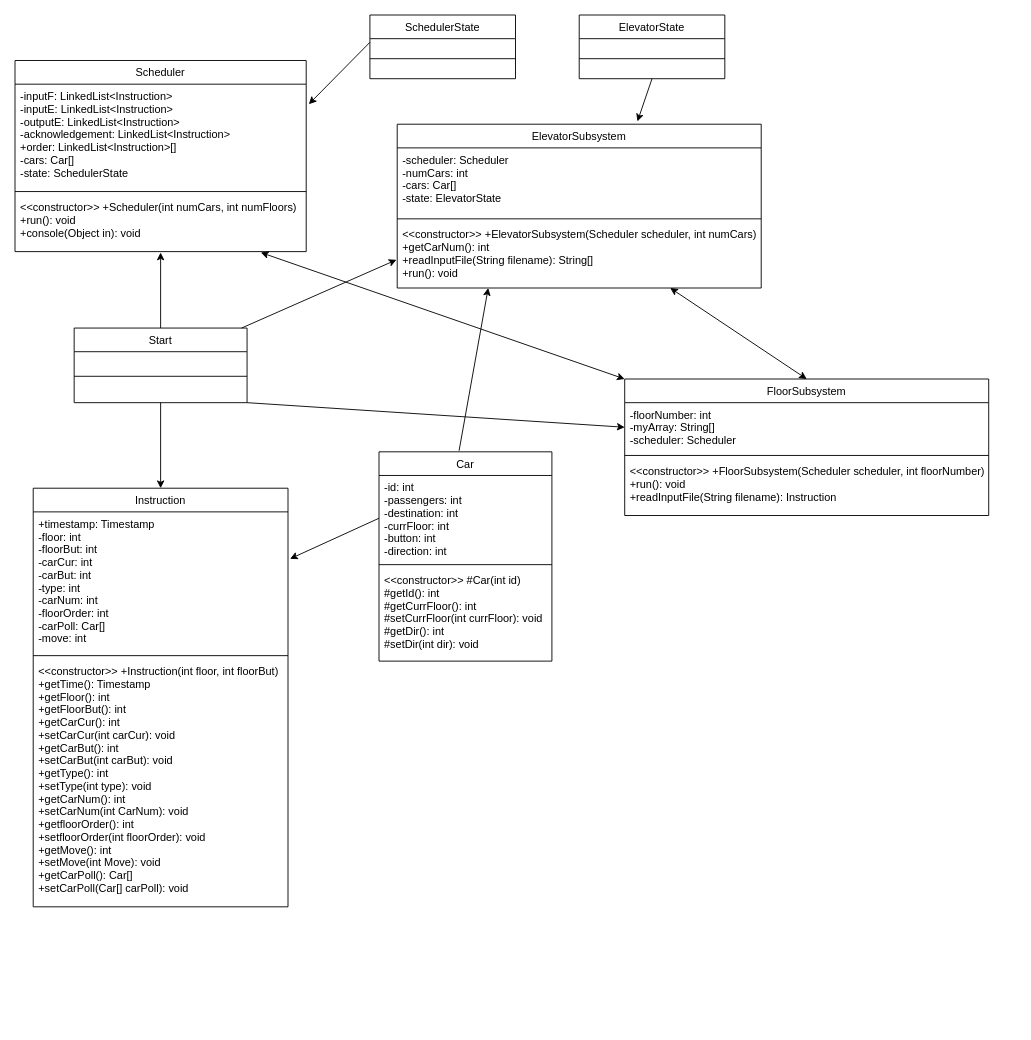
Before: Diagrams/Class Diagram.drawio in JonasHurlen/SYSC3303_Project01, a draw.io diagram. Source tidied: cells renumbered, new cells numbered last; positions are measured from the earlier drawing's top-left corner, leaving out a move shared by most shapes. Both pictures are drawn from the tidied source at 91%, with x=0, y=0 at pixel (15, 15).
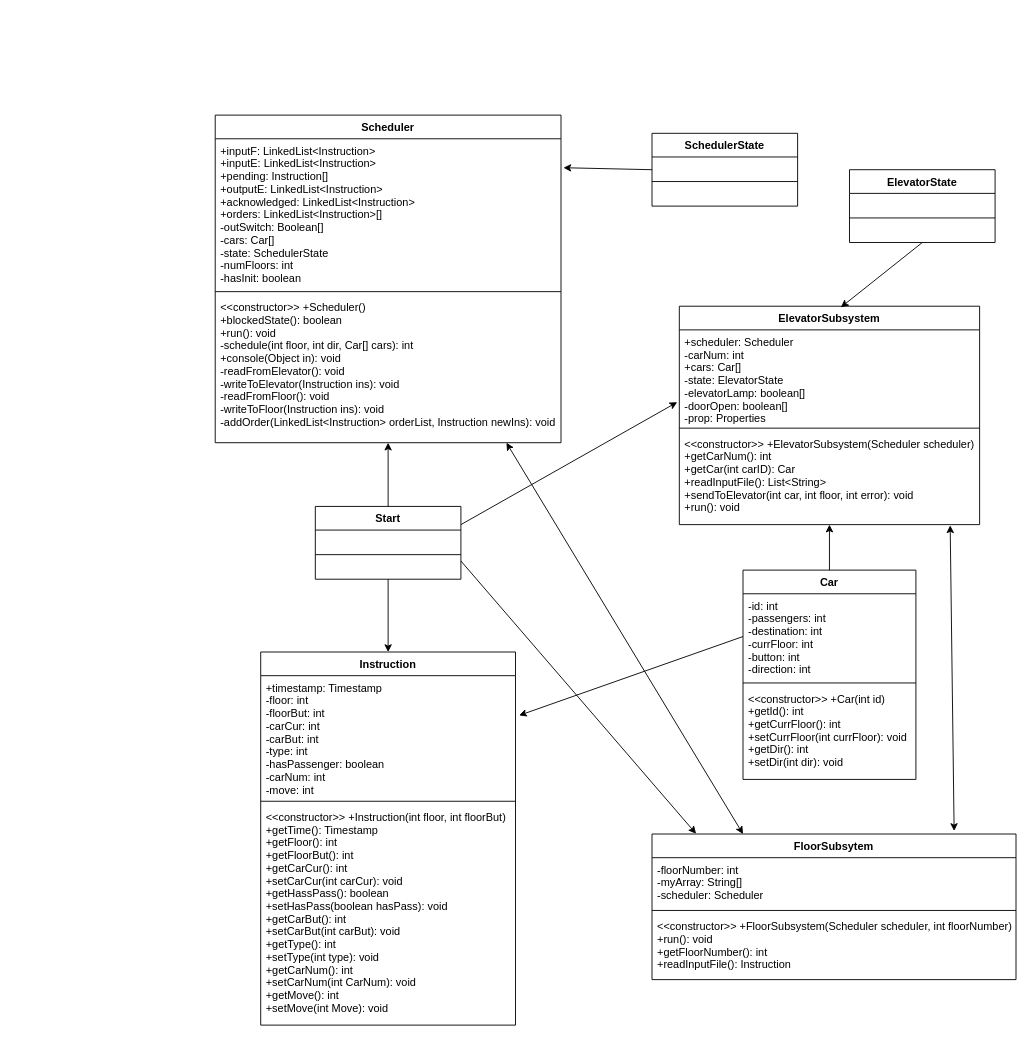
After the change.

Change to the diagram source:
```diff
@@
+    <mxCell id="20" value="Scheduler" style="swimlane;fontStyle=1;align=center;verticalAlign=top;horizontal=1;startSize=26;rounded=0;shadow=0;strokeWidth=1;" parent="1" vertex="1">
+      <mxGeometry x="220" y="110" width="380" height="360" as="geometry" />
+    </mxCell>
+    <mxCell id="38" value="+inputF: LinkedList&lt;Instruction&gt;&#10;+inputE: LinkedList&lt;Instruction&gt;&#10;+pending: Instruction[]&#10;+outputE: LinkedList&lt;Instruction&gt;&#10;+acknowledged: LinkedList&lt;Instruction&gt;&#10;+orders: LinkedList&lt;Instruction&gt;[]&#10;-outSwitch: Boolean[]&#10;-cars: Car[]&#10;-state: SchedulerState&#10;-numFloors: int&#10;-hasInit: boolean&#10;&#10;" style="text;align=left;verticalAlign=top;spacingLeft=4;spacingRight=4;overflow=hidden;points=[[0,0.5],[1,0.5]];portConstraint=eastwest;" parent="20" vertex="1">
+      <mxGeometry y="26" width="380" height="164" as="geometry" />
+    </mxCell>
+    <mxCell id="39" style="line;html=1;strokeWidth=1;align=left;verticalAlign=middle;spacingTop=-1;spacingLeft=3;spacingRight=3;labelPosition=right;" parent="20" vertex="1">
+      <mxGeometry y="190" width="380" height="8" as="geometry" />
+    </mxCell>
+    <mxCell id="40" value="&lt;&lt;constructor&gt;&gt; +Scheduler()&#10;+blockedState(): boolean&#10;+run(): void&#10;-schedule(int floor, int dir, Car[] cars): int&#10;+console(Object in): void&#10;-readFromElevator(): void&#10;-writeToElevator(Instruction ins): void&#10;-readFromFloor(): void&#10;-writeToFloor(Instruction ins): void&#10;-addOrder(LinkedList&lt;Instruction&gt; orderList, Instruction newIns): void&#10;&#10;&#10;" style="text;align=left;verticalAlign=top;spacingLeft=4;spacingRight=4;overflow=hidden;" parent="20" vertex="1">
+      <mxGeometry y="198" width="380" height="152" as="geometry" />
+    </mxCell>
-    <mxCell id="2" value="Car" style="swimlane;fontStyle=0;align=center;verticalAlign=top;horizontal=1;startSize=26;rounded=0;shadow=0;strokeWidth=1;" parent="1" vertex="1">
-      <mxGeometry x="400" y="480" width="190" height="230" as="geometry" />
+    <mxCell id="2" value="ElevatorSubsystem" style="swimlane;fontStyle=1;align=center;verticalAlign=top;horizontal=1;startSize=26;rounded=0;shadow=0;strokeWidth=1;" parent="1" vertex="1">
+      <mxGeometry x="730" y="320" width="330" height="240" as="geometry" />
     </mxCell>
-    <mxCell id="3" value="-id: int&#10;-passengers: int&#10;-destination: int&#10;-currFloor: int&#10;-button: int&#10;-direction: int&#10;" style="text;align=left;verticalAlign=top;spacingLeft=4;spacingRight=4;overflow=hidden;points=[[0,0.5],[1,0.5]];portConstraint=eastwest;" parent="2" vertex="1">
-      <mxGeometry y="26" width="190" height="94" as="geometry" />
+    <mxCell id="3" value="+scheduler: Scheduler&#10;-carNum: int&#10;+cars: Car[]&#10;-state: ElevatorState&#10;-elevatorLamp: boolean[]&#10;-doorOpen: boolean[]&#10;-prop: Properties" style="text;align=left;verticalAlign=top;spacingLeft=4;spacingRight=4;overflow=hidden;points=[[0,0.5],[1,0.5]];portConstraint=eastwest;" parent="2" vertex="1">
+      <mxGeometry y="26" width="330" height="104" as="geometry" />
     </mxCell>
     <mxCell id="4" style="line;html=1;strokeWidth=1;align=left;verticalAlign=middle;spacingTop=-1;spacingLeft=3;spacingRight=3;labelPosition=right;" parent="2" vertex="1">
-      <mxGeometry y="120" width="190" height="8" as="geometry" />
+      <mxGeometry y="130" width="330" height="8" as="geometry" />
     </mxCell>
-    <mxCell id="5" value="&lt;&lt;constructor&gt;&gt; #Car(int id)&#10;#getId(): int&#10;#getCurrFloor(): int&#10;#setCurrFloor(int currFloor): void&#10;#getDir(): int&#10;#setDir(int dir): void" style="text;align=left;verticalAlign=top;spacingLeft=4;spacingRight=4;overflow=hidden;points=[[0,0.5],[1,0.5]];portConstraint=eastwest;fontStyle=0;" parent="2" vertex="1">
-      <mxGeometry y="128" width="190" height="102" as="geometry" />
+    <mxCell id="5" value="&lt;&lt;constructor&gt;&gt; +ElevatorSubsystem(Scheduler scheduler)&#10;+getCarNum(): int&#10;+getCar(int carID): Car&#10;+readInputFile(): List&lt;String&gt;&#10;+sendToElevator(int car, int floor, int error): void&#10;+run(): void" style="text;align=left;verticalAlign=top;spacingLeft=4;spacingRight=4;overflow=hidden;points=[[0,0.5],[1,0.5]];portConstraint=eastwest;fontStyle=0;" parent="2" vertex="1">
+      <mxGeometry y="138" width="330" height="102" as="geometry" />
     </mxCell>
-    <mxCell id="6" value="SchedulerState" style="swimlane;fontStyle=0;align=center;verticalAlign=top;horizontal=1;startSize=26;rounded=0;shadow=0;strokeWidth=1;" parent="1" vertex="1">
-      <mxGeometry x="390" width="160" height="70" as="geometry" />
-    </mxCell>
-    <mxCell id="7" style="line;html=1;strokeWidth=1;align=left;verticalAlign=middle;spacingTop=-1;spacingLeft=3;spacingRight=3;labelPosition=right;" parent="6" vertex="1">
-      <mxGeometry y="26" width="160" height="44" as="geometry" />
-    </mxCell>
-    <mxCell id="8" value="ElevatorSubsystem" style="swimlane;fontStyle=0;align=center;verticalAlign=top;horizontal=1;startSize=26;rounded=0;shadow=0;strokeWidth=1;" parent="1" vertex="1">
-      <mxGeometry x="420" y="120" width="400" height="180" as="geometry" />
+    <mxCell id="8" value="FloorSubsytem" style="swimlane;fontStyle=1;align=center;verticalAlign=top;horizontal=1;startSize=26;rounded=0;shadow=0;strokeWidth=1;" parent="1" vertex="1">
+      <mxGeometry x="700" y="900" width="400" height="160" as="geometry" />
     </mxCell>
-    <mxCell id="9" value="-scheduler: Scheduler&#10;-numCars: int&#10;-cars: Car[]&#10;-state: ElevatorState" style="text;align=left;verticalAlign=top;spacingLeft=4;spacingRight=4;overflow=hidden;" parent="8" vertex="1">
-      <mxGeometry y="26" width="400" height="74" as="geometry" />
+    <mxCell id="9" value="-floorNumber: int&#10;-myArray: String[]&#10;-scheduler: Scheduler" style="text;align=left;verticalAlign=top;spacingLeft=4;spacingRight=4;overflow=hidden;" parent="8" vertex="1">
+      <mxGeometry y="26" width="400" height="54" as="geometry" />
     </mxCell>
     <mxCell id="10" style="line;html=1;strokeWidth=1;align=left;verticalAlign=middle;spacingTop=-1;spacingLeft=3;spacingRight=3;labelPosition=right;" parent="8" vertex="1">
-      <mxGeometry y="100" width="400" height="8" as="geometry" />
+      <mxGeometry y="80" width="400" height="8" as="geometry" />
     </mxCell>
-    <mxCell id="11" value="&lt;&lt;constructor&gt;&gt; +ElevatorSubsystem(Scheduler scheduler, int numCars)&#10;+getCarNum(): int&#10;+readInputFile(String filename): String[]&#10;+run(): void" style="text;align=left;verticalAlign=top;spacingLeft=4;spacingRight=4;overflow=hidden;points=[[0,0.5],[1,0.5]];portConstraint=eastwest;" parent="8" vertex="1">
-      <mxGeometry y="108" width="400" height="62" as="geometry" />
+    <mxCell id="11" value="&lt;&lt;constructor&gt;&gt; +FloorSubsystem(Scheduler scheduler, int floorNumber)&#10;+run(): void&#10;+getFloorNumber(): int&#10;+readInputFile(): Instruction" style="text;align=left;verticalAlign=top;spacingLeft=4;spacingRight=4;overflow=hidden;points=[[0,0.5],[1,0.5]];portConstraint=eastwest;" parent="8" vertex="1">
+      <mxGeometry y="88" width="400" height="72" as="geometry" />
     </mxCell>
-    <mxCell id="12" value="FloorSubsystem" style="swimlane;fontStyle=0;align=center;verticalAlign=top;horizontal=1;startSize=26;rounded=0;shadow=0;strokeWidth=1;" parent="1" vertex="1">
-      <mxGeometry x="670" y="400" width="400" height="150" as="geometry" />
-    </mxCell>
-    <mxCell id="13" value="-floorNumber: int&#10;-myArray: String[]&#10;-scheduler: Scheduler&#10;&#10;" style="text;align=left;verticalAlign=top;spacingLeft=4;spacingRight=4;overflow=hidden;points=[[0,0.5],[1,0.5]];portConstraint=eastwest;" parent="12" vertex="1">
-      <mxGeometry y="26" width="400" height="54" as="geometry" />
-    </mxCell>
-    <mxCell id="14" style="line;html=1;strokeWidth=1;align=left;verticalAlign=middle;spacingTop=-1;spacingLeft=3;spacingRight=3;labelPosition=right;" parent="12" vertex="1">
-      <mxGeometry y="80" width="400" height="8" as="geometry" />
-    </mxCell>
-    <mxCell id="15" value="&lt;&lt;constructor&gt;&gt; +FloorSubsystem(Scheduler scheduler, int floorNumber)&#10;+run(): void&#10;+readInputFile(String filename): Instruction" style="text;align=left;verticalAlign=top;spacingLeft=4;spacingRight=4;overflow=hidden;fontStyle=0;" parent="12" vertex="1">
-      <mxGeometry y="88" width="400" height="52" as="geometry" />
-    </mxCell>
-    <mxCell id="16" value="Instruction" style="swimlane;fontStyle=0;align=center;verticalAlign=top;horizontal=1;startSize=26;rounded=0;shadow=0;strokeWidth=1;" parent="1" vertex="1">
-      <mxGeometry x="20" y="520" width="280" height="460" as="geometry" />
+    <mxCell id="16" value="Instruction" style="swimlane;fontStyle=1;align=center;verticalAlign=top;horizontal=1;startSize=26;rounded=0;shadow=0;strokeWidth=1;" parent="1" vertex="1">
+      <mxGeometry x="270" y="700" width="280" height="410" as="geometry" />
     </mxCell>
-    <mxCell id="17" value="+timestamp: Timestamp&#10;-floor: int&#10;-floorBut: int&#10;-carCur: int&#10;-carBut: int&#10;-type: int&#10;-carNum: int&#10;-floorOrder: int&#10;-carPoll: Car[]&#10;-move: int" style="text;align=left;verticalAlign=top;spacingLeft=4;spacingRight=4;overflow=hidden;points=[[0,0.5],[1,0.5]];portConstraint=eastwest;" parent="16" vertex="1">
-      <mxGeometry y="26" width="280" height="154" as="geometry" />
-    </mxCell>
-    <mxCell id="18" style="line;html=1;strokeWidth=1;align=left;verticalAlign=middle;spacingTop=-1;spacingLeft=3;spacingRight=3;labelPosition=right;" parent="16" vertex="1">
-      <mxGeometry y="180" width="280" height="8" as="geometry" />
-    </mxCell>
-    <mxCell id="19" value="&lt;&lt;constructor&gt;&gt; +Instruction(int floor, int floorBut)&#10;+getTime(): Timestamp&#10;+getFloor(): int&#10;+getFloorBut(): int&#10;+getCarCur(): int&#10;+setCarCur(int carCur): void&#10;+getCarBut(): int&#10;+setCarBut(int carBut): void&#10;+getType(): int&#10;+setType(int type): void&#10;+getCarNum(): int&#10;+setCarNum(int CarNum): void&#10;+getfloorOrder(): int&#10;+setfloorOrder(int floorOrder): void&#10;+getMove(): int&#10;+setMove(int Move): void&#10;+getCarPoll(): Car[]&#10;+setCarPoll(Car[] carPoll): void&#10;&#10;&#10;" style="text;align=left;verticalAlign=top;spacingLeft=4;spacingRight=4;overflow=hidden;fontStyle=0;" parent="16" vertex="1">
-      <mxGeometry y="188" width="280" height="272" as="geometry" />
-    </mxCell>
-    <mxCell id="20" value="Scheduler" style="swimlane;fontStyle=0;align=center;verticalAlign=top;horizontal=1;startSize=26;rounded=0;shadow=0;strokeWidth=1;" parent="1" vertex="1">
-      <mxGeometry y="50" width="320" height="210" as="geometry" />
-    </mxCell>
-    <mxCell id="21" value="-inputF: LinkedList&lt;Instruction&gt;&#10;-inputE: LinkedList&lt;Instruction&gt;&#10;-outputE: LinkedList&lt;Instruction&gt;&#10;-acknowledgement: LinkedList&lt;Instruction&gt;&#10;+order: LinkedList&lt;Instruction&gt;[]&#10;-cars: Car[]&#10;-state: SchedulerState" style="text;align=left;verticalAlign=top;spacingLeft=4;spacingRight=4;overflow=hidden;points=[[0,0.5],[1,0.5]];portConstraint=eastwest;" parent="20" vertex="1">
-      <mxGeometry y="26" width="320" height="114" as="geometry" />
-    </mxCell>
-    <mxCell id="22" style="line;html=1;strokeWidth=1;align=left;verticalAlign=middle;spacingTop=-1;spacingLeft=3;spacingRight=3;labelPosition=right;" parent="20" vertex="1">
-      <mxGeometry y="140" width="320" height="8" as="geometry" />
-    </mxCell>
-    <mxCell id="23" value="&lt;&lt;constructor&gt;&gt; +Scheduler(int numCars, int numFloors)&#10;+run(): void&#10;+console(Object in): void" style="text;align=left;verticalAlign=top;spacingLeft=4;spacingRight=4;overflow=hidden;points=[[0,0.5],[1,0.5]];portConstraint=eastwest;fontStyle=0;" parent="20" vertex="1">
-      <mxGeometry y="148" width="320" height="62" as="geometry" />
-    </mxCell>
+    <mxCell id="41" value="+timestamp: Timestamp&#10;-floor: int&#10;-floorBut: int&#10;-carCur: int&#10;-carBut: int&#10;-type: int&#10;-hasPassenger: boolean&#10;-carNum: int&#10;-move: int" style="text;align=left;verticalAlign=top;spacingLeft=4;spacingRight=4;overflow=hidden;points=[[0,0.5],[1,0.5]];portConstraint=eastwest;" parent="16" vertex="1">
+      <mxGeometry y="26" width="280" height="134" as="geometry" />
+    </mxCell>
+    <mxCell id="42" style="line;html=1;strokeWidth=1;align=left;verticalAlign=middle;spacingTop=-1;spacingLeft=3;spacingRight=3;labelPosition=right;" parent="16" vertex="1">
+      <mxGeometry y="160" width="280" height="8" as="geometry" />
+    </mxCell>
+    <mxCell id="43" value="&lt;&lt;constructor&gt;&gt; +Instruction(int floor, int floorBut)&#10;+getTime(): Timestamp&#10;+getFloor(): int&#10;+getFloorBut(): int&#10;+getCarCur(): int&#10;+setCarCur(int carCur): void&#10;+getHassPass(): boolean&#10;+setHasPass(boolean hasPass): void &#10;+getCarBut(): int&#10;+setCarBut(int carBut): void&#10;+getType(): int&#10;+setType(int type): void&#10;+getCarNum(): int&#10;+setCarNum(int CarNum): void&#10;+getMove(): int&#10;+setMove(int Move): void&#10;" style="text;align=left;verticalAlign=top;spacingLeft=4;spacingRight=4;overflow=hidden;" parent="16" vertex="1">
+      <mxGeometry y="168" width="280" height="242" as="geometry" />
+    </mxCell>
+    <mxCell id="6" value="SchedulerState" style="swimlane;fontStyle=1;align=center;verticalAlign=top;horizontal=1;startSize=26;rounded=0;shadow=0;strokeWidth=1;" parent="1" vertex="1">
+      <mxGeometry x="700" y="130" width="160" height="80" as="geometry" />
+    </mxCell>
+    <mxCell id="44" style="line;html=1;strokeWidth=1;align=left;verticalAlign=middle;spacingTop=-1;spacingLeft=3;spacingRight=3;labelPosition=right;" parent="6" vertex="1">
+      <mxGeometry y="26" width="160" height="54" as="geometry" />
+    </mxCell>
+    <mxCell id="45" value="Car" style="swimlane;fontStyle=1;align=center;verticalAlign=top;horizontal=1;startSize=26;" parent="1" vertex="1">
+      <mxGeometry x="800" y="610" width="190" height="230" as="geometry" />
+    </mxCell>
+    <mxCell id="46" value="-id: int&#10;-passengers: int&#10;-destination: int&#10;-currFloor: int&#10;-button: int&#10;-direction: int" style="text;strokeColor=none;fillColor=none;align=left;verticalAlign=top;spacingLeft=4;spacingRight=4;overflow=hidden;points=[[0,0.5],[1,0.5]];portConstraint=eastwest;" parent="45" vertex="1">
+      <mxGeometry y="26" width="190" height="94" as="geometry" />
+    </mxCell>
+    <mxCell id="47" style="line;strokeWidth=1;fillColor=none;align=left;verticalAlign=middle;spacingTop=-1;spacingLeft=3;spacingRight=3;labelPosition=right;" parent="45" vertex="1">
+      <mxGeometry y="120" width="190" height="8" as="geometry" />
+    </mxCell>
+    <mxCell id="48" value="&lt;&lt;constructor&gt;&gt; +Car(int id)&#10;+getId(): int&#10;+getCurrFloor(): int&#10;+setCurrFloor(int currFloor): void&#10;+getDir(): int&#10;+setDir(int dir): void" style="text;strokeColor=none;fillColor=none;align=left;verticalAlign=top;spacingLeft=4;spacingRight=4;overflow=hidden;" parent="45" vertex="1">
+      <mxGeometry y="128" width="190" height="102" as="geometry" />
+    </mxCell>
-    <mxCell id="24" value="ElevatorState" style="swimlane;fontStyle=0;align=center;verticalAlign=top;horizontal=1;startSize=26;rounded=0;shadow=0;strokeWidth=1;" parent="1" vertex="1">
-      <mxGeometry x="620" width="160" height="70" as="geometry" />
+    <mxCell id="24" value="ElevatorState" style="swimlane;fontStyle=1;align=center;verticalAlign=top;horizontal=1;startSize=26;rounded=0;shadow=0;strokeWidth=1;" parent="1" vertex="1">
+      <mxGeometry x="917" y="170" width="160" height="80" as="geometry" />
     </mxCell>
-    <mxCell id="25" style="line;html=1;strokeWidth=1;align=left;verticalAlign=middle;spacingTop=-1;spacingLeft=3;spacingRight=3;labelPosition=right;" parent="24" vertex="1">
-      <mxGeometry y="26" width="160" height="44" as="geometry" />
-    </mxCell>
+    <mxCell id="49" style="line;html=1;strokeWidth=1;align=left;verticalAlign=middle;spacingTop=-1;spacingLeft=3;spacingRight=3;labelPosition=right;" parent="24" vertex="1">
+      <mxGeometry y="26" width="160" height="54" as="geometry" />
+    </mxCell>
-    <mxCell id="26" value="Start" style="swimlane;fontStyle=0;align=center;verticalAlign=top;horizontal=1;startSize=26;rounded=0;shadow=0;strokeWidth=1;" parent="1" vertex="1">
-      <mxGeometry x="65" y="344" width="190" height="82" as="geometry" />
+    <mxCell id="26" value="Start" style="swimlane;fontStyle=1;align=center;verticalAlign=top;horizontal=1;startSize=26;rounded=0;shadow=0;strokeWidth=1;" parent="1" vertex="1">
+      <mxGeometry x="330" y="540" width="160" height="80" as="geometry" />
     </mxCell>
-    <mxCell id="27" style="line;html=1;strokeWidth=1;align=left;verticalAlign=middle;spacingTop=-1;spacingLeft=3;spacingRight=3;labelPosition=right;" parent="26" vertex="1">
-      <mxGeometry y="26" width="190" height="54" as="geometry" />
-    </mxCell>
-    <mxCell id="28" style="endArrow=classic;html=1;exitX=0.5;exitY=0;exitDx=0;exitDy=0;entryX=0.5;entryY=1.016;entryDx=0;entryDy=0;entryPerimeter=0;" parent="1" edge="1" source="26" target="23">
-      <mxGeometry relative="1" as="geometry" />
-    </mxCell>
+    <mxCell id="50" style="line;html=1;strokeWidth=1;align=left;verticalAlign=middle;spacingTop=-1;spacingLeft=3;spacingRight=3;labelPosition=right;" parent="26" vertex="1">
+      <mxGeometry y="26" width="160" height="54" as="geometry" />
+    </mxCell>
+    <mxCell id="51" style="endArrow=classic;html=1;exitX=0;exitY=0.5;exitDx=0;exitDy=0;entryX=1.007;entryY=0.194;entryDx=0;entryDy=0;entryPerimeter=0;" parent="1" edge="1" source="6" target="38">
+      <mxGeometry relative="1" as="geometry" />
+    </mxCell>
+    <mxCell id="52" style="endArrow=classic;html=1;exitX=0.5;exitY=0;exitDx=0;exitDy=0;entryX=0.5;entryY=1;entryDx=0;entryDy=0;" parent="1" edge="1" source="26" target="20">
+      <mxGeometry relative="1" as="geometry" />
+    </mxCell>
@@
-    <mxCell id="30" style="endArrow=classic;html=1;exitX=0.968;exitY=0;exitDx=0;exitDy=0;entryX=-0.002;entryY=0.661;entryDx=0;entryDy=0;entryPerimeter=0;exitPerimeter=0;" parent="1" edge="1" source="26" target="11">
-      <mxGeometry relative="1" as="geometry" />
-    </mxCell>
-    <mxCell id="31" style="endArrow=classic;html=1;exitX=1;exitY=1;exitDx=0;exitDy=0;entryX=0;entryY=0.5;entryDx=0;entryDy=0;" parent="1" edge="1" source="26" target="13">
-      <mxGeometry relative="1" as="geometry" />
-    </mxCell>
-    <mxCell id="32" style="endArrow=classic;startArrow=classic;html=1;entryX=0;entryY=0;entryDx=0;entryDy=0;exitX=0.844;exitY=1.016;exitDx=0;exitDy=0;exitPerimeter=0;" parent="1" edge="1" source="23" target="12">
-      <mxGeometry relative="1" as="geometry" />
-    </mxCell>
-    <mxCell id="33" style="endArrow=classic;startArrow=classic;html=1;entryX=0.5;entryY=0;entryDx=0;entryDy=0;exitX=0.75;exitY=1;exitDx=0;exitDy=0;" parent="1" edge="1" source="8" target="12">
-      <mxGeometry relative="1" as="geometry" />
-    </mxCell>
-    <mxCell id="34" style="endArrow=classic;html=1;entryX=1.009;entryY=0.193;entryDx=0;entryDy=0;entryPerimeter=0;" parent="1" edge="1" target="21">
-      <mxGeometry relative="1" as="geometry">
-        <mxPoint x="390" y="30" as="sourcePoint" />
-      </mxGeometry>
-    </mxCell>
-    <mxCell id="35" style="endArrow=classic;html=1;entryX=0.66;entryY=-0.017;entryDx=0;entryDy=0;entryPerimeter=0;exitX=0.5;exitY=1;exitDx=0;exitDy=0;" parent="1" edge="1" source="24" target="8">
-      <mxGeometry relative="1" as="geometry" />
-    </mxCell>
-    <mxCell id="36" style="endArrow=classic;html=1;exitX=0.463;exitY=-0.005;exitDx=0;exitDy=0;exitPerimeter=0;entryX=0.25;entryY=1;entryDx=0;entryDy=0;" parent="1" edge="1" source="2" target="8">
-      <mxGeometry relative="1" as="geometry" />
-    </mxCell>
-    <mxCell id="37" style="endArrow=classic;html=1;exitX=0;exitY=0.5;exitDx=0;exitDy=0;entryX=1.008;entryY=0.335;entryDx=0;entryDy=0;entryPerimeter=0;" parent="1" edge="1" source="3" target="17">
-      <mxGeometry relative="1" as="geometry" />
-    </mxCell>
+    <mxCell id="53" style="endArrow=classic;html=1;exitX=0.5;exitY=1;exitDx=0;exitDy=0;entryX=0.538;entryY=0.005;entryDx=0;entryDy=0;entryPerimeter=0;" parent="1" edge="1" source="24" target="2">
+      <mxGeometry relative="1" as="geometry" />
+    </mxCell>
+    <mxCell id="54" style="endArrow=classic;html=1;exitX=1;exitY=0.25;exitDx=0;exitDy=0;entryX=-0.007;entryY=0.764;entryDx=0;entryDy=0;entryPerimeter=0;" parent="1" edge="1" source="26" target="3">
+      <mxGeometry relative="1" as="geometry" />
+    </mxCell>
+    <mxCell id="55" style="endArrow=classic;html=1;exitX=1;exitY=0.75;exitDx=0;exitDy=0;entryX=0.121;entryY=-0.002;entryDx=0;entryDy=0;entryPerimeter=0;" parent="1" edge="1" source="26" target="8">
+      <mxGeometry relative="1" as="geometry" />
+    </mxCell>
+    <mxCell id="56" style="endArrow=classic;html=1;exitX=0.5;exitY=0;exitDx=0;exitDy=0;" parent="1" edge="1" source="45">
+      <mxGeometry relative="1" as="geometry">
+        <mxPoint x="895" y="560" as="targetPoint" />
+      </mxGeometry>
+    </mxCell>
+    <mxCell id="57" style="endArrow=classic;html=1;exitX=0;exitY=0.5;exitDx=0;exitDy=0;entryX=1.014;entryY=0.326;entryDx=0;entryDy=0;entryPerimeter=0;" parent="1" edge="1" source="46" target="41">
+      <mxGeometry relative="1" as="geometry" />
+    </mxCell>
+    <mxCell id="58" style="endArrow=classic;startArrow=classic;html=1;entryX=0.902;entryY=1.008;entryDx=0;entryDy=0;entryPerimeter=0;exitX=0.83;exitY=-0.021;exitDx=0;exitDy=0;exitPerimeter=0;" parent="1" edge="1" source="8" target="5">
+      <mxGeometry relative="1" as="geometry" />
+    </mxCell>
+    <mxCell id="59" style="endArrow=classic;startArrow=classic;html=1;exitX=0.25;exitY=0;exitDx=0;exitDy=0;" parent="1" edge="1" source="8">
+      <mxGeometry relative="1" as="geometry">
+        <mxPoint x="540" y="470" as="targetPoint" />
+      </mxGeometry>
+    </mxCell>
```
